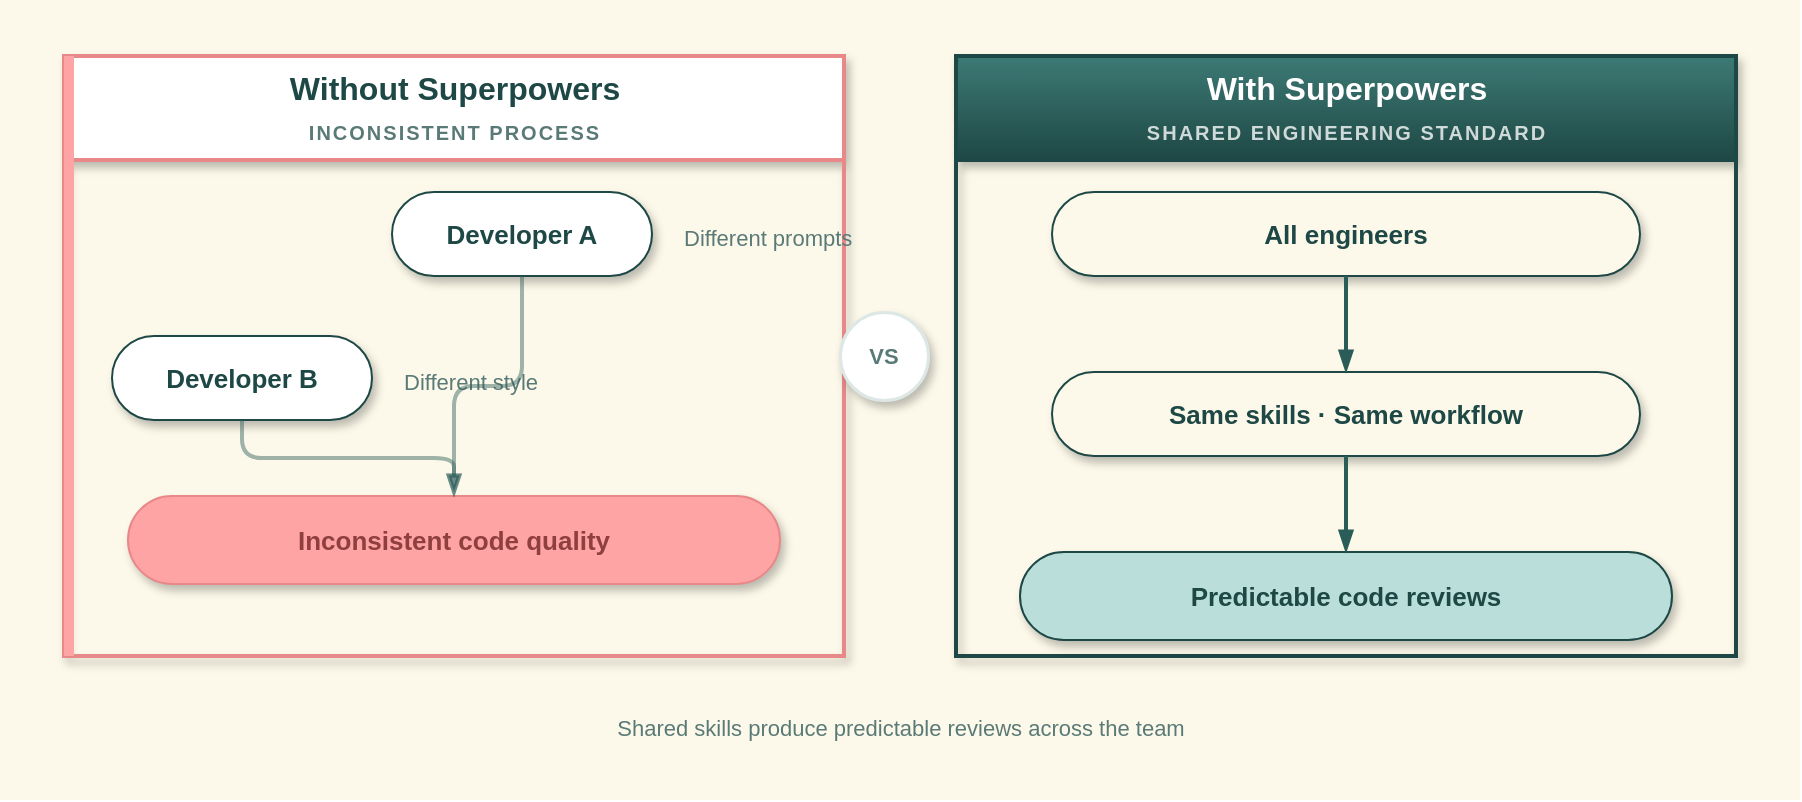
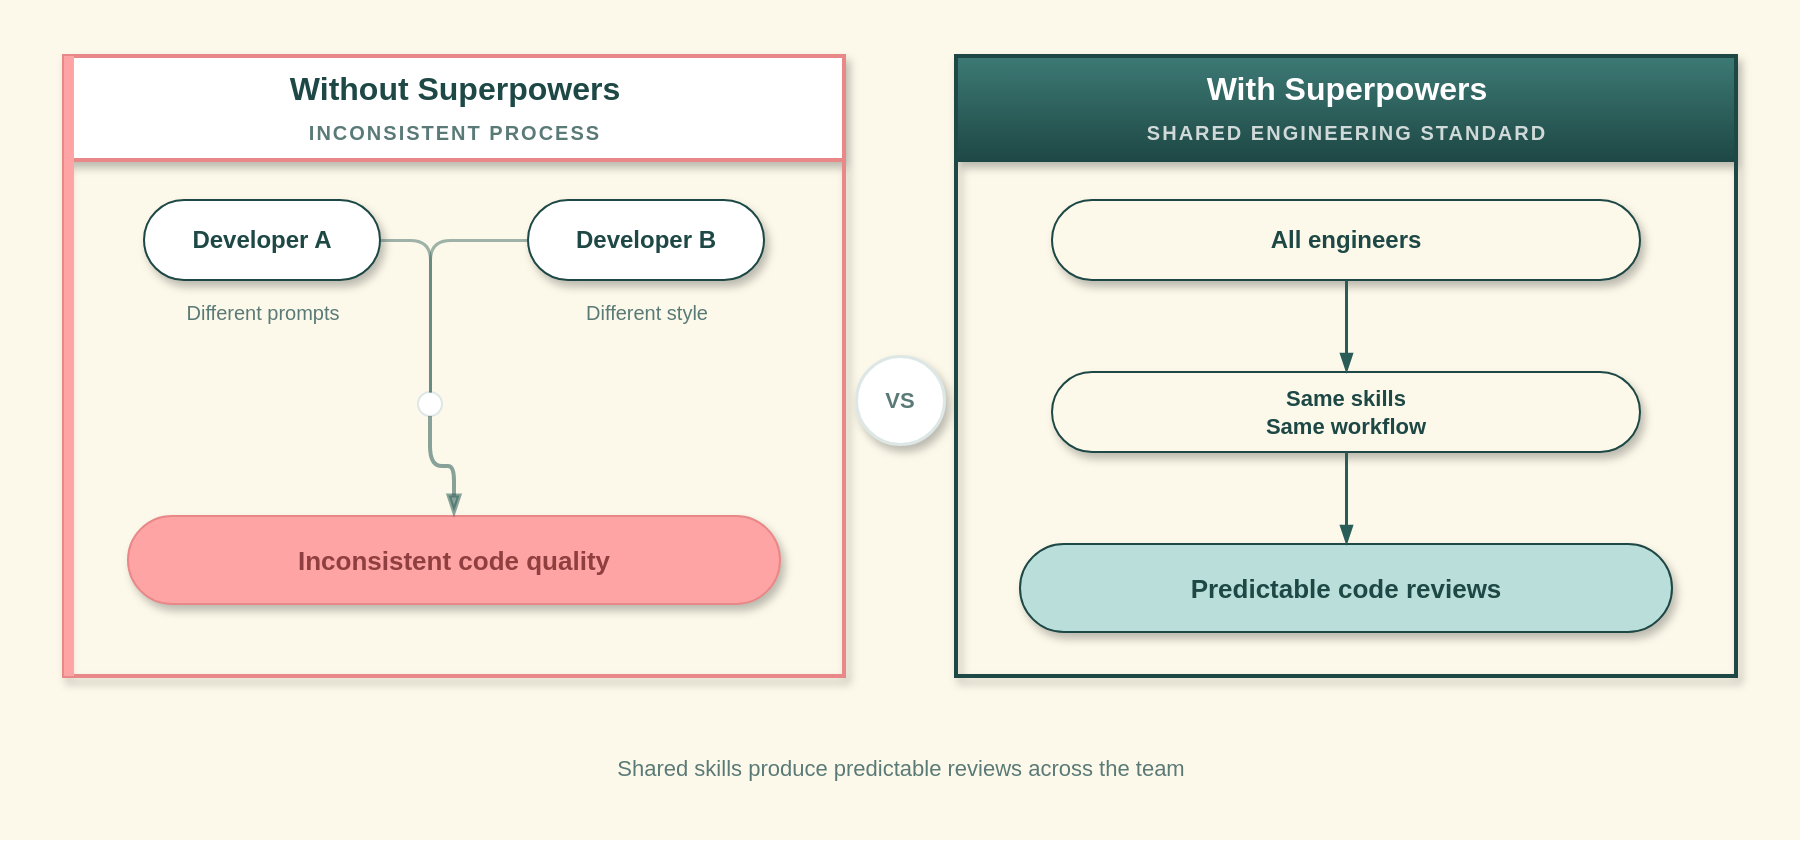
<mxfile host="app.diagrams.net" agent="Cursor" version="24.7.17">
  <diagram id="team-flow" name="Team Consistency">
-     <mxGraphModel dx="1200" dy="720" grid="1" gridSize="10" guides="1" tooltips="1" connect="1" arrows="1" fold="1" page="1" pageScale="1" pageWidth="900" pageHeight="400" math="0" shadow="0">
+     <mxGraphModel dx="1200" dy="720" grid="1" gridSize="10" guides="1" tooltips="1" connect="1" arrows="1" fold="1" page="1" pageScale="1" pageWidth="900" pageHeight="420" math="0" shadow="0">
      <root>
        <mxCell id="0"/>
        <mxCell id="1" parent="0"/>
        <mxCell id="bg" value="" style="rounded=0;whiteSpace=wrap;html=1;fillColor=#FCF9EA;strokeColor=none;" vertex="1" parent="1">
-           <mxGeometry width="900" height="400" as="geometry"/>
+           <mxGeometry width="900" height="420" as="geometry"/>
        </mxCell>
        <mxCell id="panel-left" value="Without Superpowers&#xa;&lt;font style=&quot;font-size: 10px; color: #5A7A77; letter-spacing: 1px;&quot;&gt;INCONSISTENT PROCESS&lt;/font&gt;" style="swimlane;startSize=52;fillColor=#FFFFFF;strokeColor=#E88888;strokeWidth=2;fontStyle=1;fontSize=16;fontColor=#1E4845;html=1;shadow=1;arcSize=8;" vertex="1" parent="1">
-           <mxGeometry x="32" y="28" width="390" height="300" as="geometry"/>
+           <mxGeometry x="32" y="28" width="390" height="310" as="geometry"/>
        </mxCell>
        <mxCell id="accent-left" value="" style="rounded=0;whiteSpace=wrap;html=1;fillColor=#FFA4A4;strokeColor=none;" vertex="1" parent="1">
-           <mxGeometry x="32" y="28" width="5" height="300" as="geometry"/>
+           <mxGeometry x="32" y="28" width="5" height="310" as="geometry"/>
        </mxCell>
-         <mxCell id="dev-a" value="Developer A" style="rounded=1;arcSize=50;whiteSpace=wrap;html=1;fillColor=#FFFFFF;strokeColor=#1E4845;fontStyle=1;fontSize=13;fontColor=#1E4845;shadow=1;" vertex="1" parent="panel-left">
-           <mxGeometry x="164" y="68" width="130" height="42" as="geometry"/>
+         <mxCell id="dev-a" value="Developer A" style="rounded=1;arcSize=50;whiteSpace=wrap;html=1;fillColor=#FFFFFF;strokeColor=#1E4845;fontStyle=1;fontSize=12;fontColor=#1E4845;shadow=1;" vertex="1" parent="panel-left">
+           <mxGeometry x="40" y="72" width="118" height="40" as="geometry"/>
        </mxCell>
-         <mxCell id="note-a" value="Different prompts" style="text;html=1;strokeColor=none;fillColor=none;align=left;fontColor=#5A7A77;fontSize=11;" vertex="1" parent="panel-left">
-           <mxGeometry x="308" y="78" width="160" height="24" as="geometry"/>
+         <mxCell id="note-a" value="Different prompts" style="text;html=1;strokeColor=none;fillColor=none;align=center;fontColor=#5A7A77;fontSize=10;" vertex="1" parent="panel-left">
+           <mxGeometry x="40" y="116" width="118" height="20" as="geometry"/>
        </mxCell>
-         <mxCell id="dev-b" value="Developer B" style="rounded=1;arcSize=50;whiteSpace=wrap;html=1;fillColor=#FFFFFF;strokeColor=#1E4845;fontStyle=1;fontSize=13;fontColor=#1E4845;shadow=1;" vertex="1" parent="panel-left">
-           <mxGeometry x="24" y="140" width="130" height="42" as="geometry"/>
+         <mxCell id="dev-b" value="Developer B" style="rounded=1;arcSize=50;whiteSpace=wrap;html=1;fillColor=#FFFFFF;strokeColor=#1E4845;fontStyle=1;fontSize=12;fontColor=#1E4845;shadow=1;" vertex="1" parent="panel-left">
+           <mxGeometry x="232" y="72" width="118" height="40" as="geometry"/>
        </mxCell>
-         <mxCell id="note-b" value="Different style" style="text;html=1;strokeColor=none;fillColor=none;align=left;fontColor=#5A7A77;fontSize=11;" vertex="1" parent="panel-left">
-           <mxGeometry x="168" y="150" width="160" height="24" as="geometry"/>
+         <mxCell id="note-b" value="Different style" style="text;html=1;strokeColor=none;fillColor=none;align=center;fontColor=#5A7A77;fontSize=10;" vertex="1" parent="panel-left">
+           <mxGeometry x="232" y="116" width="118" height="20" as="geometry"/>
+         </mxCell>
+         <mxCell id="merge" value="" style="ellipse;whiteSpace=wrap;html=1;fillColor=#FFFFFF;strokeColor=#DDE7E6;" vertex="1" parent="panel-left">
+           <mxGeometry x="177" y="168" width="12" height="12" as="geometry"/>
        </mxCell>
        <mxCell id="bad-outcome" value="Inconsistent code quality" style="rounded=1;arcSize=50;whiteSpace=wrap;html=1;fillColor=#FFA4A4;strokeColor=#E88888;fontStyle=1;fontSize=13;fontColor=#8F3F3F;shadow=1;" vertex="1" parent="panel-left">
-           <mxGeometry x="32" y="220" width="326" height="44" as="geometry"/>
+           <mxGeometry x="32" y="230" width="326" height="44" as="geometry"/>
        </mxCell>
-         <mxCell id="e-a" edge="1" parent="1" source="dev-a" target="bad-outcome" style="edgeStyle=orthogonalEdgeStyle;rounded=1;html=1;strokeColor=#2A5C58;strokeWidth=2;endArrow=blockThin;endFill=1;opacity=45;">
+         <mxCell id="e-a" edge="1" parent="1" source="dev-a" target="merge" style="edgeStyle=orthogonalEdgeStyle;rounded=1;html=1;strokeColor=#2A5C58;strokeWidth=1.5;endArrow=none;opacity=45;">
          <mxGeometry relative="1" as="geometry"/>
        </mxCell>
-         <mxCell id="e-b" edge="1" parent="1" source="dev-b" target="bad-outcome" style="edgeStyle=orthogonalEdgeStyle;rounded=1;html=1;strokeColor=#2A5C58;strokeWidth=2;endArrow=blockThin;endFill=1;opacity=45;">
+         <mxCell id="e-b" edge="1" parent="1" source="dev-b" target="merge" style="edgeStyle=orthogonalEdgeStyle;rounded=1;html=1;strokeColor=#2A5C58;strokeWidth=1.5;endArrow=none;opacity=45;">
          <mxGeometry relative="1" as="geometry"/>
        </mxCell>
-         <mxCell id="vs" value="VS" style="ellipse;whiteSpace=wrap;html=1;fillColor=#FFFFFF;strokeColor=#DDE7E6;strokeWidth=1.5;fontStyle=1;fontSize=11;fontColor=#5A7A77;shadow=1;" vertex="1" parent="1">
-           <mxGeometry x="420" y="156" width="44" height="44" as="geometry"/>
+         <mxCell id="e-down" edge="1" parent="1" source="merge" target="bad-outcome" style="edgeStyle=orthogonalEdgeStyle;rounded=1;html=1;strokeColor=#2A5C58;strokeWidth=2;endArrow=blockThin;endFill=1;opacity=55;">
+           <mxGeometry relative="1" as="geometry"/>
+         </mxCell>
+         <mxCell id="vs" value="VS" style="ellipse;whiteSpace=wrap;html=1;fillColor=#FFFFFF;strokeColor=#DDE7E6;strokeWidth=1.5;fontStyle=1;fontSize=11;fontColor=#5A7A77;shadow=1;align=center;verticalAlign=middle;" vertex="1" parent="1">
+           <mxGeometry x="428" y="178" width="44" height="44" as="geometry"/>
        </mxCell>
        <mxCell id="panel-right" value="With Superpowers&#xa;&lt;font style=&quot;font-size: 10px; color: rgba(255,255,255,0.78); letter-spacing: 1px;&quot;&gt;SHARED ENGINEERING STANDARD&lt;/font&gt;" style="swimlane;startSize=52;fillColor=#1E4845;strokeColor=#1E4845;strokeWidth=2;fontStyle=1;fontSize=16;fontColor=#FFFFFF;html=1;shadow=1;gradientColor=#3D7A75;gradientDirection=north;arcSize=8;" vertex="1" parent="1">
-           <mxGeometry x="478" y="28" width="390" height="300" as="geometry"/>
+           <mxGeometry x="478" y="28" width="390" height="310" as="geometry"/>
        </mxCell>
-         <mxCell id="all-devs" value="All engineers" style="rounded=1;arcSize=50;whiteSpace=wrap;html=1;fillColor=#FCF9EA;strokeColor=#1E4845;fontStyle=1;fontSize=13;fontColor=#1E4845;shadow=1;" vertex="1" parent="panel-right">
-           <mxGeometry x="48" y="68" width="294" height="42" as="geometry"/>
+         <mxCell id="all-devs" value="All engineers" style="rounded=1;arcSize=50;whiteSpace=wrap;html=1;fillColor=#FCF9EA;strokeColor=#1E4845;fontStyle=1;fontSize=12;fontColor=#1E4845;shadow=1;" vertex="1" parent="panel-right">
+           <mxGeometry x="48" y="72" width="294" height="40" as="geometry"/>
        </mxCell>
-         <mxCell id="same-skills" value="Same skills · Same workflow" style="rounded=1;arcSize=50;whiteSpace=wrap;html=1;fillColor=#FCF9EA;strokeColor=#1E4845;fontStyle=1;fontSize=13;fontColor=#1E4845;shadow=1;" vertex="1" parent="panel-right">
-           <mxGeometry x="48" y="158" width="294" height="42" as="geometry"/>
+         <mxCell id="same-skills" value="Same skills&#xa;Same workflow" style="rounded=1;arcSize=50;whiteSpace=wrap;html=1;fillColor=#FCF9EA;strokeColor=#1E4845;fontStyle=1;fontSize=11;fontColor=#1E4845;shadow=1;" vertex="1" parent="panel-right">
+           <mxGeometry x="48" y="158" width="294" height="40" as="geometry"/>
        </mxCell>
        <mxCell id="good-outcome" value="Predictable code reviews" style="rounded=1;arcSize=50;whiteSpace=wrap;html=1;fillColor=#BADFDB;strokeColor=#1E4845;fontStyle=1;fontSize=13;fontColor=#1E4845;shadow=1;" vertex="1" parent="panel-right">
-           <mxGeometry x="32" y="248" width="326" height="44" as="geometry"/>
+           <mxGeometry x="32" y="244" width="326" height="44" as="geometry"/>
        </mxCell>
-         <mxCell id="e1" edge="1" parent="1" source="all-devs" target="same-skills" style="edgeStyle=orthogonalEdgeStyle;rounded=1;html=1;strokeColor=#2A5C58;strokeWidth=2;endArrow=blockThin;endFill=1;">
+         <mxCell id="e1" edge="1" parent="1" source="all-devs" target="same-skills" style="edgeStyle=orthogonalEdgeStyle;rounded=1;html=1;strokeColor=#2A5C58;strokeWidth=1.5;endArrow=blockThin;endFill=1;">
          <mxGeometry relative="1" as="geometry"/>
        </mxCell>
-         <mxCell id="e2" edge="1" parent="1" source="same-skills" target="good-outcome" style="edgeStyle=orthogonalEdgeStyle;rounded=1;html=1;strokeColor=#2A5C58;strokeWidth=2;endArrow=blockThin;endFill=1;">
+         <mxCell id="e2" edge="1" parent="1" source="same-skills" target="good-outcome" style="edgeStyle=orthogonalEdgeStyle;rounded=1;html=1;strokeColor=#2A5C58;strokeWidth=1.5;endArrow=blockThin;endFill=1;">
          <mxGeometry relative="1" as="geometry"/>
        </mxCell>
        <mxCell id="footer" value="Shared skills produce predictable reviews across the team" style="text;html=1;strokeColor=none;fillColor=none;align=center;verticalAlign=middle;fontColor=#5A7A77;fontSize=11;" vertex="1" parent="1">
-           <mxGeometry x="200" y="352" width="500" height="24" as="geometry"/>
+           <mxGeometry x="200" y="372" width="500" height="24" as="geometry"/>
        </mxCell>
      </root>
    </mxGraphModel>
  </diagram>
</mxfile>
